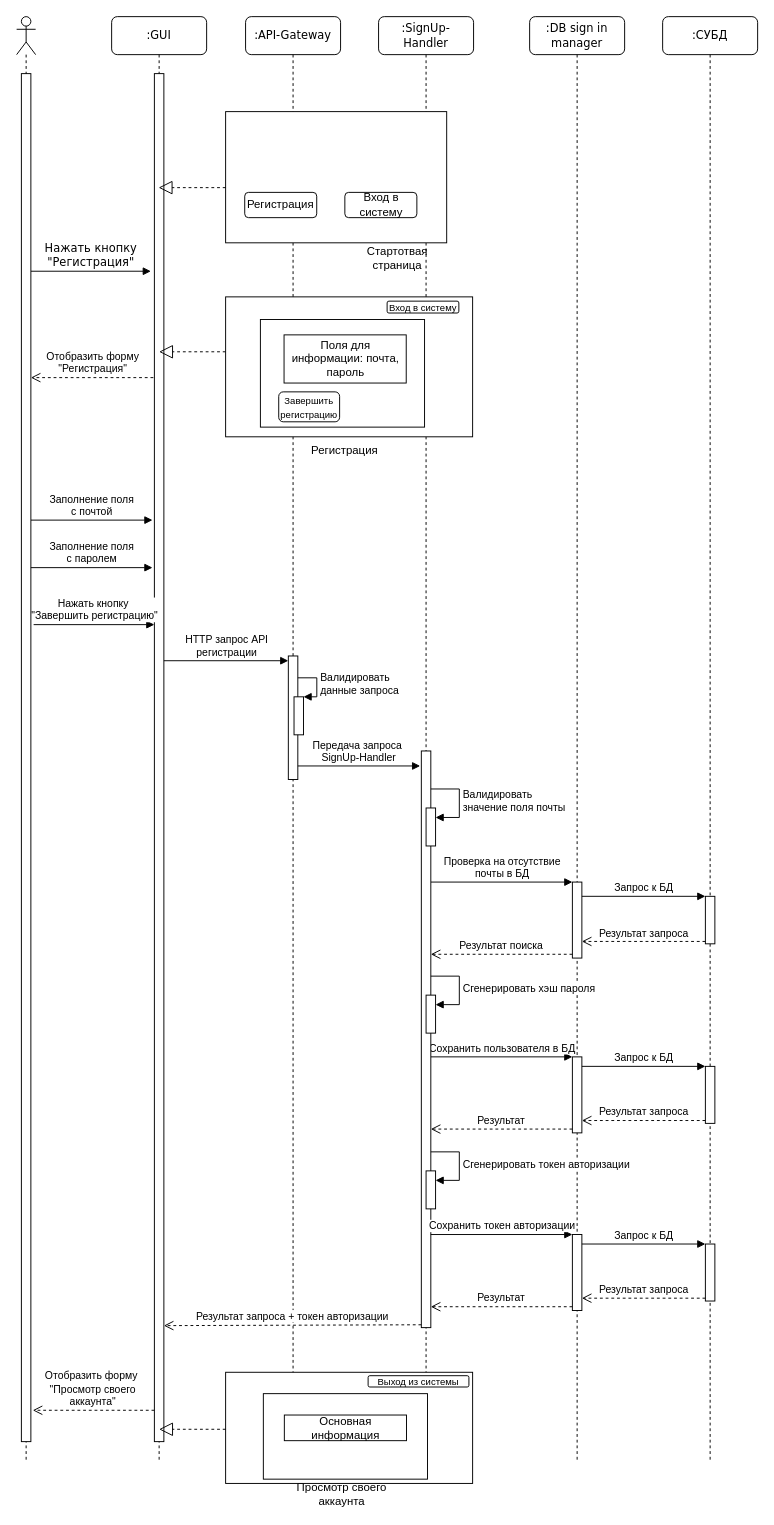
AS2/internet_technologies keeps this draw.io diagram as raw_diagrams/sign_up_request_flow_diagram.drawio. Above is the earlier version. Source tidied: cells renumbered, new cells numbered last; positions are measured from the earlier drawing's top-left corner, leaving out a move shared by most shapes. Both pictures are drawn from the tidied source at 95%, with x=0, y=0 at pixel (16, 16).
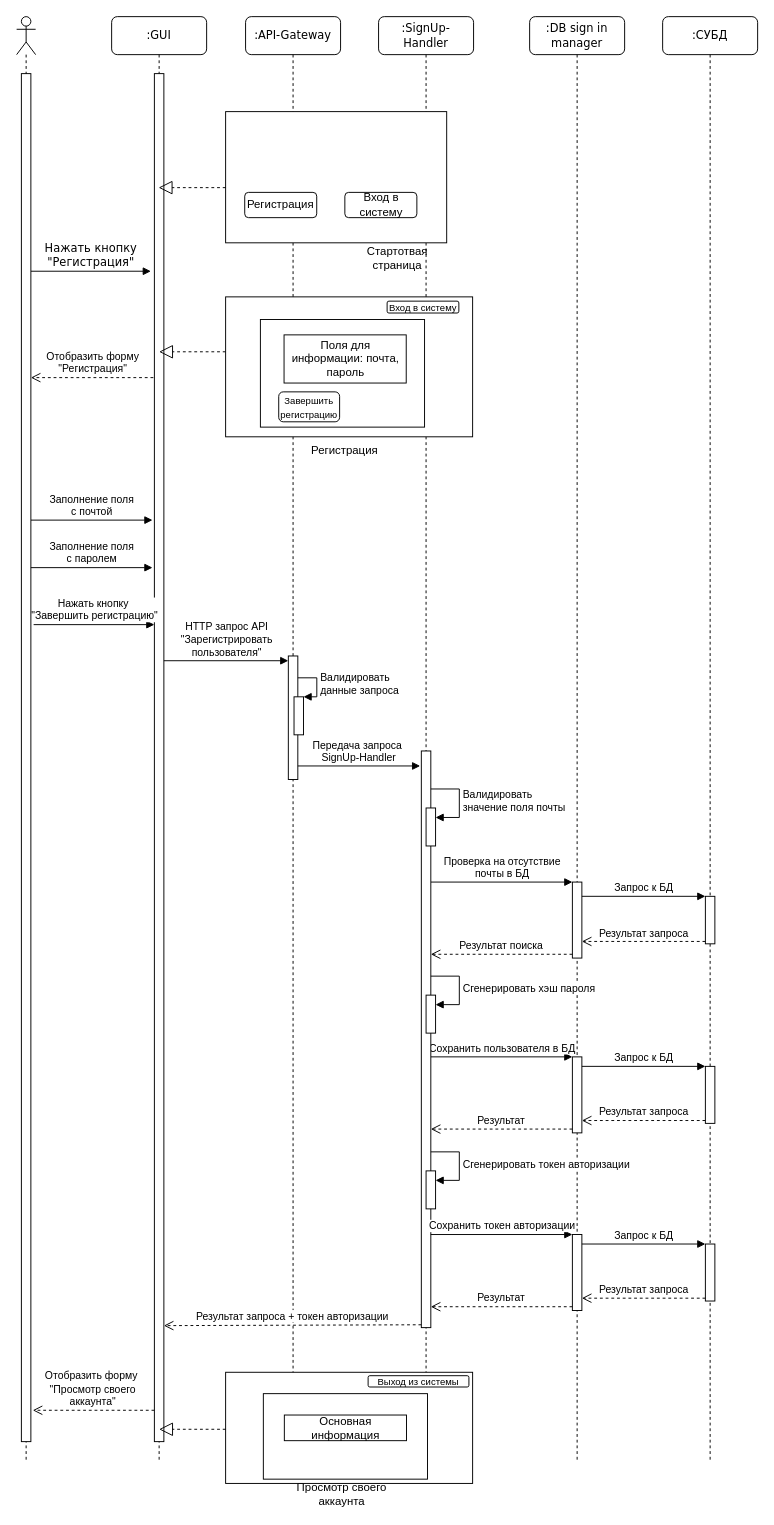
After the change.

The change refers to these unchanged cells:
```xml
<mxCell id="9" style="html=1;points=[[0,0,0,0,5],[0,1,0,0,-5],[1,0,0,0,5],[1,1,0,0,-5]];perimeter=orthogonalPerimeter;outlineConnect=0;targetShapes=umlLifeline;portConstraint=eastwest;newEdgeStyle={&quot;curved&quot;:0,&quot;rounded&quot;:0};" parent="8" vertex="1">
  <mxGeometry x="45" y="673" width="10" height="130" as="geometry" />
</mxCell>
```

Diff of the diagram source:
```diff
@@
-    <mxCell id="22" value="HTTP запрос API &lt;br&gt;регистрации" style="html=1;verticalAlign=bottom;endArrow=block;entryX=0;entryY=0;rounded=0;entryDx=0;entryDy=5;entryPerimeter=0;" parent="1" edge="1" target="9">
+    <mxCell id="22" value="HTTP запрос API &lt;br&gt;&quot;Зарегистрировать &lt;br&gt;пользователя&quot;" style="html=1;verticalAlign=bottom;endArrow=block;entryX=0;entryY=0;rounded=0;entryDx=0;entryDy=5;entryPerimeter=0;" parent="1" edge="1" target="9">
       <mxGeometry relative="1" as="geometry">
         <mxPoint x="155" y="678" as="sourcePoint" />
       </mxGeometry>
     </mxCell>
```
